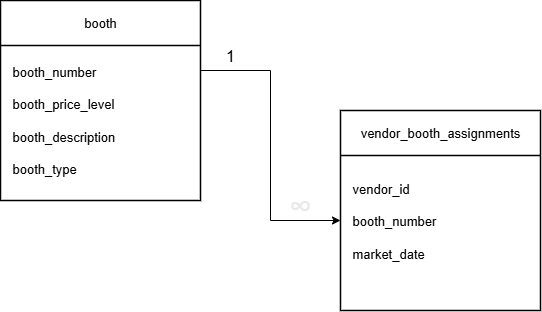
Above: 02_activities/assignments/assignment1_farmersmarket_logical_model.drawio.png in JJSB-hub/sql (draw.io), before the change. Source tidied: cells renumbered, new cells last; positions are measured from the earlier drawing's top-left corner, leaving out a move shared by most shapes. The source it was exported from:
```xml
<mxGraphModel>
  <root>
    <mxCell id="0" />
    <mxCell id="1" parent="0" />
    <mxCell id="2" style="whiteSpace=wrap;html=1;strokeWidth=1.5;" parent="1" vertex="1">
      <mxGeometry x="340" y="110" width="200" height="200" as="geometry" />
    </mxCell>
    <mxCell id="3" style="whiteSpace=wrap;html=1;strokeWidth=1.5;" parent="1" vertex="1">
      <mxGeometry width="200" height="200" as="geometry" />
    </mxCell>
    <mxCell id="4" style="edgeStyle=orthogonalEdgeStyle;rounded=0;orthogonalLoop=1;jettySize=auto;html=1;" parent="1" edge="1">
      <mxGeometry relative="1" as="geometry">
        <mxPoint x="200" y="70" as="sourcePoint" />
        <mxPoint x="340" y="220" as="targetPoint" />
        <Array as="points">
          <mxPoint x="270" y="70" />
          <mxPoint x="270" y="220" />
        </Array>
      </mxGeometry>
    </mxCell>
    <mxCell id="5" style="line;strokeWidth=1.5;html=1;" parent="1" vertex="1">
      <mxGeometry x="340" y="150" width="200" height="10" as="geometry" />
    </mxCell>
    <mxCell id="6" style="line;strokeWidth=1.5;html=1;" parent="1" vertex="1">
      <mxGeometry y="40" width="200" height="10" as="geometry" />
    </mxCell>
    <mxCell id="7" value="&lt;font style=&quot;font-size: 13px;&quot;&gt;booth&lt;/font&gt;" style="text;html=1;align=center;verticalAlign=middle;whiteSpace=wrap;rounded=0;" parent="1" vertex="1">
      <mxGeometry x="60" y="2" width="80" height="40" as="geometry" />
    </mxCell>
    <mxCell id="8" value="&lt;font style=&quot;font-size: 13px;&quot;&gt;vendor_booth_assignments&lt;/font&gt;" style="text;html=1;align=center;verticalAlign=middle;whiteSpace=wrap;rounded=0;" parent="1" vertex="1">
      <mxGeometry x="400" y="112" width="80" height="40" as="geometry" />
    </mxCell>
    <mxCell id="9" value="&lt;div style=&quot;line-height: 250%;&quot;&gt;&lt;font style=&quot;font-size: 13px; line-height: 250%;&quot;&gt;booth_number&lt;/font&gt;&lt;div&gt;&lt;font style=&quot;font-size: 13px; line-height: 250%;&quot;&gt;booth_price_level&lt;/font&gt;&lt;/div&gt;&lt;div&gt;&lt;font style=&quot;font-size: 13px; line-height: 250%;&quot;&gt;booth_description&lt;/font&gt;&lt;/div&gt;&lt;div&gt;&lt;font style=&quot;font-size: 13px; line-height: 250%;&quot;&gt;booth_type&lt;/font&gt;&lt;/div&gt;&lt;/div&gt;" style="text;html=1;align=left;verticalAlign=middle;whiteSpace=wrap;rounded=0;" parent="1" vertex="1">
      <mxGeometry x="10" y="50" width="160" height="140" as="geometry" />
    </mxCell>
    <mxCell id="10" value="&lt;div style=&quot;line-height: 250%;&quot;&gt;&lt;font style=&quot;font-size: 13px; line-height: 250%;&quot;&gt;vendor_id&lt;/font&gt;&lt;div&gt;&lt;font style=&quot;font-size: 13px; line-height: 250%;&quot;&gt;booth_number&lt;/font&gt;&lt;/div&gt;&lt;div&gt;&lt;font style=&quot;font-size: 13px; line-height: 250%;&quot;&gt;market_date&lt;/font&gt;&lt;/div&gt;&lt;div&gt;&lt;br&gt;&lt;/div&gt;&lt;/div&gt;" style="text;html=1;align=left;verticalAlign=middle;whiteSpace=wrap;rounded=0;" parent="1" vertex="1">
      <mxGeometry x="350" y="166" width="160" height="140" as="geometry" />
    </mxCell>
    <mxCell id="11" value="&lt;font style=&quot;font-size: 16px;&quot;&gt;1&lt;/font&gt;" style="text;html=1;align=center;verticalAlign=middle;whiteSpace=wrap;rounded=0;" parent="1" vertex="1">
      <mxGeometry x="200" y="40" width="60" height="30" as="geometry" />
    </mxCell>
    <mxCell id="12" value="&lt;span style=&quot;font-family: &amp;quot;Google Sans&amp;quot;, Arial, sans-serif; font-size: 32px; text-align: start;&quot;&gt;&lt;font style=&quot;color: light-dark(rgb(232, 232, 232), rgb(253, 253, 253));&quot;&gt;∞&lt;/font&gt;&lt;/span&gt;" style="text;html=1;align=center;verticalAlign=middle;whiteSpace=wrap;rounded=0;" parent="1" vertex="1">
      <mxGeometry x="270" y="190" width="60" height="30" as="geometry" />
    </mxCell>
  </root>
</mxGraphModel>
```
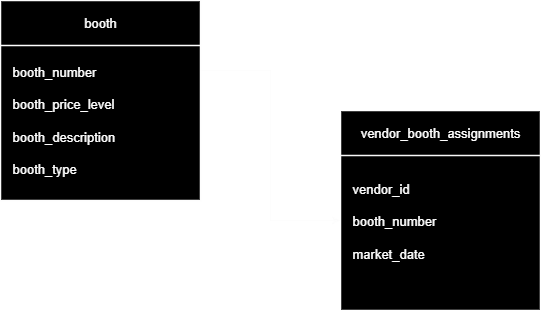
After the change.

Commit message:
fixed backgroung issue with logic model .png

Change to the diagram source:
```diff
@@ -2,13 +2,13 @@
   <root>
     <mxCell id="0" />
     <mxCell id="1" parent="0" />
-    <mxCell id="2" style="whiteSpace=wrap;html=1;strokeWidth=1.5;" parent="1" vertex="1">
+    <mxCell id="2" style="whiteSpace=wrap;html=1;strokeWidth=1.5;fillStyle=solid;fillColor=light-dark(#FFFFFF,#000000);strokeColor=light-dark(#000000,#FFFFFF);" parent="1" vertex="1">
       <mxGeometry x="340" y="110" width="200" height="200" as="geometry" />
     </mxCell>
-    <mxCell id="3" style="whiteSpace=wrap;html=1;strokeWidth=1.5;" parent="1" vertex="1">
+    <mxCell id="3" style="whiteSpace=wrap;html=1;strokeWidth=1.5;fillStyle=solid;fillColor=light-dark(#FFFFFF,#000000);strokeColor=light-dark(#000000,#FDFDFD);" parent="1" vertex="1">
       <mxGeometry width="200" height="200" as="geometry" />
     </mxCell>
-    <mxCell id="4" style="edgeStyle=orthogonalEdgeStyle;rounded=0;orthogonalLoop=1;jettySize=auto;html=1;" parent="1" edge="1">
+    <mxCell id="4" style="edgeStyle=orthogonalEdgeStyle;rounded=0;orthogonalLoop=1;jettySize=auto;html=1;strokeColor=light-dark(#000000,#FDFDFD);" parent="1" edge="1">
       <mxGeometry relative="1" as="geometry">
         <mxPoint x="200" y="70" as="sourcePoint" />
         <mxPoint x="340" y="220" as="targetPoint" />
@@ -18,28 +18,28 @@
         </Array>
       </mxGeometry>
     </mxCell>
-    <mxCell id="5" style="line;strokeWidth=1.5;html=1;" parent="1" vertex="1">
+    <mxCell id="5" style="line;strokeWidth=1.5;html=1;strokeColor=light-dark(#000000,#F7F7F7);" parent="1" vertex="1">
       <mxGeometry x="340" y="150" width="200" height="10" as="geometry" />
     </mxCell>
-    <mxCell id="6" style="line;strokeWidth=1.5;html=1;" parent="1" vertex="1">
+    <mxCell id="6" style="line;strokeWidth=1.5;html=1;strokeColor=light-dark(#000000,#FFFFFF);" parent="1" vertex="1">
       <mxGeometry y="40" width="200" height="10" as="geometry" />
     </mxCell>
-    <mxCell id="7" value="&lt;font style=&quot;font-size: 13px;&quot;&gt;booth&lt;/font&gt;" style="text;html=1;align=center;verticalAlign=middle;whiteSpace=wrap;rounded=0;" parent="1" vertex="1">
+    <mxCell id="7" value="&lt;font style=&quot;font-size: 13px; color: light-dark(rgb(0, 0, 0), rgb(255, 255, 255));&quot;&gt;booth&lt;/font&gt;" style="text;html=1;align=center;verticalAlign=middle;whiteSpace=wrap;rounded=0;" parent="1" vertex="1">
       <mxGeometry x="60" y="2" width="80" height="40" as="geometry" />
     </mxCell>
-    <mxCell id="8" value="&lt;font style=&quot;font-size: 13px;&quot;&gt;vendor_booth_assignments&lt;/font&gt;" style="text;html=1;align=center;verticalAlign=middle;whiteSpace=wrap;rounded=0;" parent="1" vertex="1">
+    <mxCell id="8" value="&lt;font style=&quot;font-size: 13px; color: light-dark(rgb(0, 0, 0), rgb(255, 255, 255));&quot;&gt;vendor_booth_assignments&lt;/font&gt;" style="text;html=1;align=center;verticalAlign=middle;whiteSpace=wrap;rounded=0;" parent="1" vertex="1">
       <mxGeometry x="400" y="112" width="80" height="40" as="geometry" />
     </mxCell>
-    <mxCell id="9" value="&lt;div style=&quot;line-height: 250%;&quot;&gt;&lt;font style=&quot;font-size: 13px; line-height: 250%;&quot;&gt;booth_number&lt;/font&gt;&lt;div&gt;&lt;font style=&quot;font-size: 13px; line-height: 250%;&quot;&gt;booth_price_level&lt;/font&gt;&lt;/div&gt;&lt;div&gt;&lt;font style=&quot;font-size: 13px; line-height: 250%;&quot;&gt;booth_description&lt;/font&gt;&lt;/div&gt;&lt;div&gt;&lt;font style=&quot;font-size: 13px; line-height: 250%;&quot;&gt;booth_type&lt;/font&gt;&lt;/div&gt;&lt;/div&gt;" style="text;html=1;align=left;verticalAlign=middle;whiteSpace=wrap;rounded=0;" parent="1" vertex="1">
+    <mxCell id="9" value="&lt;div style=&quot;line-height: 250%;&quot;&gt;&lt;font style=&quot;font-size: 13px; line-height: 250%; color: light-dark(rgb(0, 0, 0), rgb(255, 255, 255));&quot;&gt;booth_number&lt;/font&gt;&lt;div&gt;&lt;font style=&quot;font-size: 13px; line-height: 250%; color: light-dark(rgb(0, 0, 0), rgb(255, 255, 255));&quot;&gt;booth_price_level&lt;/font&gt;&lt;/div&gt;&lt;div&gt;&lt;font style=&quot;font-size: 13px; line-height: 250%; color: light-dark(rgb(0, 0, 0), rgb(255, 255, 255));&quot;&gt;booth_description&lt;/font&gt;&lt;/div&gt;&lt;div&gt;&lt;font style=&quot;font-size: 13px; line-height: 250%; color: light-dark(rgb(0, 0, 0), rgb(255, 255, 255));&quot;&gt;booth_type&lt;/font&gt;&lt;/div&gt;&lt;/div&gt;" style="text;html=1;align=left;verticalAlign=middle;whiteSpace=wrap;rounded=0;" parent="1" vertex="1">
       <mxGeometry x="10" y="50" width="160" height="140" as="geometry" />
     </mxCell>
-    <mxCell id="10" value="&lt;div style=&quot;line-height: 250%;&quot;&gt;&lt;font style=&quot;font-size: 13px; line-height: 250%;&quot;&gt;vendor_id&lt;/font&gt;&lt;div&gt;&lt;font style=&quot;font-size: 13px; line-height: 250%;&quot;&gt;booth_number&lt;/font&gt;&lt;/div&gt;&lt;div&gt;&lt;font style=&quot;font-size: 13px; line-height: 250%;&quot;&gt;market_date&lt;/font&gt;&lt;/div&gt;&lt;div&gt;&lt;br&gt;&lt;/div&gt;&lt;/div&gt;" style="text;html=1;align=left;verticalAlign=middle;whiteSpace=wrap;rounded=0;" parent="1" vertex="1">
+    <mxCell id="10" value="&lt;div style=&quot;line-height: 250%;&quot;&gt;&lt;font style=&quot;font-size: 13px; line-height: 250%; color: light-dark(rgb(0, 0, 0), rgb(255, 255, 255));&quot;&gt;vendor_id&lt;/font&gt;&lt;div&gt;&lt;font style=&quot;font-size: 13px; line-height: 250%; color: light-dark(rgb(0, 0, 0), rgb(255, 255, 255));&quot;&gt;booth_number&lt;/font&gt;&lt;/div&gt;&lt;div&gt;&lt;font style=&quot;font-size: 13px; line-height: 250%; color: light-dark(rgb(0, 0, 0), rgb(255, 255, 255));&quot;&gt;market_date&lt;/font&gt;&lt;/div&gt;&lt;div&gt;&lt;br&gt;&lt;/div&gt;&lt;/div&gt;" style="text;html=1;align=left;verticalAlign=middle;whiteSpace=wrap;rounded=0;" parent="1" vertex="1">
       <mxGeometry x="350" y="166" width="160" height="140" as="geometry" />
     </mxCell>
-    <mxCell id="11" value="&lt;font style=&quot;font-size: 16px;&quot;&gt;1&lt;/font&gt;" style="text;html=1;align=center;verticalAlign=middle;whiteSpace=wrap;rounded=0;" parent="1" vertex="1">
+    <mxCell id="11" value="&lt;font style=&quot;font-size: 16px; color: light-dark(rgb(0, 0, 0), rgb(255, 255, 255));&quot;&gt;1&lt;/font&gt;" style="text;html=1;align=center;verticalAlign=middle;whiteSpace=wrap;rounded=0;" parent="1" vertex="1">
       <mxGeometry x="200" y="40" width="60" height="30" as="geometry" />
     </mxCell>
-    <mxCell id="12" value="&lt;span style=&quot;font-family: &amp;quot;Google Sans&amp;quot;, Arial, sans-serif; font-size: 32px; text-align: start;&quot;&gt;&lt;font style=&quot;color: light-dark(rgb(232, 232, 232), rgb(253, 253, 253));&quot;&gt;∞&lt;/font&gt;&lt;/span&gt;" style="text;html=1;align=center;verticalAlign=middle;whiteSpace=wrap;rounded=0;" parent="1" vertex="1">
+    <mxCell id="12" value="&lt;span style=&quot;font-family: &amp;quot;Google Sans&amp;quot;, Arial, sans-serif; font-size: 32px; text-align: start;&quot;&gt;&lt;font style=&quot;color: light-dark(rgb(232, 232, 232), rgb(255, 255, 255));&quot;&gt;∞&lt;/font&gt;&lt;/span&gt;" style="text;html=1;align=center;verticalAlign=middle;whiteSpace=wrap;rounded=0;" parent="1" vertex="1">
       <mxGeometry x="270" y="190" width="60" height="30" as="geometry" />
     </mxCell>
   </root>
```
